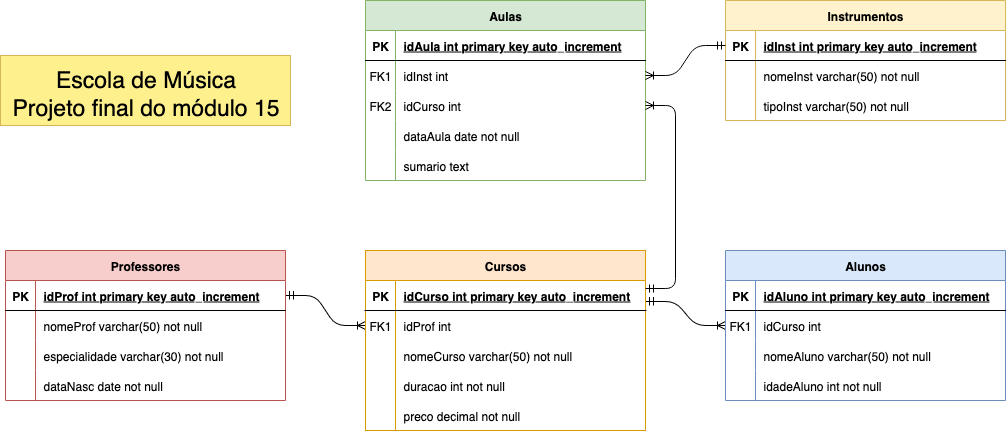
peachiu/musicschool keeps this draw.io diagram as Escola de Música - DER.drawio.png. Above is the earlier version. Source tidied: cells renumbered, new cells last; positions are measured from the earlier drawing's top-left corner, leaving out a move shared by most shapes. Source of this version:
```xml
<mxGraphModel>
  <root>
    <mxCell id="0" />
    <mxCell id="1" parent="0" />
    <mxCell id="2" style="edgeStyle=entityRelationEdgeStyle;endArrow=ERoneToMany;startArrow=ERmandOne;endFill=0;startFill=0;" parent="1" edge="1" source="34" target="8">
      <mxGeometry relative="1" as="geometry" />
    </mxCell>
    <mxCell id="3" style="edgeStyle=entityRelationEdgeStyle;endArrow=ERoneToMany;startArrow=ERmandOne;endFill=0;startFill=0;" parent="1" edge="1" target="24">
      <mxGeometry relative="1" as="geometry">
        <mxPoint x="645" y="301" as="sourcePoint" />
      </mxGeometry>
    </mxCell>
    <mxCell id="4" value="Cursos" style="shape=table;startSize=30;rowLines=0;fontStyle=1;align=center;fillColor=#ffe6cc;strokeColor=#d79b00;" parent="1" vertex="1">
      <mxGeometry x="365" y="250" width="280" height="180" as="geometry" />
    </mxCell>
    <mxCell id="5" style="shape=partialRectangle;fillColor=none;top=0;left=0;right=0;bottom=1;" parent="4" vertex="1">
      <mxGeometry y="30" width="280" height="30" as="geometry" />
    </mxCell>
    <mxCell id="6" value="PK" style="shape=partialRectangle;overflow=hidden;fillColor=none;top=0;left=0;bottom=0;right=0;fontStyle=1;" parent="5" vertex="1">
      <mxGeometry width="30" height="30" as="geometry" />
    </mxCell>
    <mxCell id="7" value="idCurso int primary key auto_increment" style="shape=partialRectangle;overflow=hidden;fillColor=none;top=0;left=0;bottom=0;right=0;align=left;spacingLeft=6;fontStyle=5;" parent="5" vertex="1">
      <mxGeometry x="30" width="250" height="30" as="geometry" />
    </mxCell>
    <mxCell id="8" style="shape=partialRectangle;fillColor=none;points=[[0,0.5],[1,0.5]];portConstraint=eastwest;top=0;left=0;right=0;bottom=0;" parent="4" vertex="1">
      <mxGeometry y="60" width="280" height="30" as="geometry" />
    </mxCell>
    <mxCell id="9" value="FK1" style="shape=partialRectangle;overflow=hidden;fillColor=none;top=0;left=0;bottom=0;right=0;" parent="8" vertex="1">
      <mxGeometry width="30" height="30" as="geometry" />
    </mxCell>
    <mxCell id="10" value="idProf int" style="shape=partialRectangle;overflow=hidden;fillColor=none;top=0;left=0;bottom=0;right=0;align=left;spacingLeft=6;" parent="8" vertex="1">
      <mxGeometry x="30" width="250" height="30" as="geometry" />
    </mxCell>
    <mxCell id="11" style="shape=partialRectangle;fillColor=none;top=0;left=0;right=0;bottom=0;" parent="4" vertex="1">
      <mxGeometry y="90" width="280" height="30" as="geometry" />
    </mxCell>
    <mxCell id="12" style="shape=partialRectangle;overflow=hidden;fillColor=none;top=0;left=0;bottom=0;right=0;" parent="11" vertex="1">
      <mxGeometry width="30" height="30" as="geometry" />
    </mxCell>
    <mxCell id="13" value="nomeCurso varchar(50) not null" style="shape=partialRectangle;overflow=hidden;fillColor=none;top=0;left=0;bottom=0;right=0;align=left;spacingLeft=6;" parent="11" vertex="1">
      <mxGeometry x="30" width="250" height="30" as="geometry" />
    </mxCell>
    <mxCell id="14" style="shape=partialRectangle;fillColor=none;top=0;left=0;right=0;bottom=0;" parent="4" vertex="1">
      <mxGeometry y="120" width="280" height="30" as="geometry" />
    </mxCell>
    <mxCell id="15" style="shape=partialRectangle;overflow=hidden;fillColor=none;top=0;left=0;bottom=0;right=0;" parent="14" vertex="1">
      <mxGeometry width="30" height="30" as="geometry" />
    </mxCell>
    <mxCell id="16" value="duracao int not null" style="shape=partialRectangle;overflow=hidden;fillColor=none;top=0;left=0;bottom=0;right=0;align=left;spacingLeft=6;" parent="14" vertex="1">
      <mxGeometry x="30" width="250" height="30" as="geometry" />
    </mxCell>
    <mxCell id="17" style="shape=partialRectangle;fillColor=none;top=0;left=0;right=0;bottom=0;" parent="4" vertex="1">
      <mxGeometry y="150" width="280" height="30" as="geometry" />
    </mxCell>
    <mxCell id="18" style="shape=partialRectangle;overflow=hidden;fillColor=none;top=0;left=0;bottom=0;right=0;" parent="17" vertex="1">
      <mxGeometry width="30" height="30" as="geometry" />
    </mxCell>
    <mxCell id="19" value="preco decimal not null" style="shape=partialRectangle;overflow=hidden;fillColor=none;top=0;left=0;bottom=0;right=0;align=left;spacingLeft=6;" parent="17" vertex="1">
      <mxGeometry x="30" width="250" height="30" as="geometry" />
    </mxCell>
    <mxCell id="20" value="Alunos" style="shape=table;startSize=30;rowLines=0;fontStyle=1;align=center;fillColor=#dae8fc;strokeColor=#6c8ebf;" parent="1" vertex="1">
      <mxGeometry x="725" y="250" width="280" height="150" as="geometry" />
    </mxCell>
    <mxCell id="21" style="shape=partialRectangle;fillColor=none;top=0;left=0;right=0;bottom=1;" parent="20" vertex="1">
      <mxGeometry y="30" width="280" height="30" as="geometry" />
    </mxCell>
    <mxCell id="22" value="PK" style="shape=partialRectangle;overflow=hidden;fillColor=none;top=0;left=0;bottom=0;right=0;fontStyle=1;" parent="21" vertex="1">
      <mxGeometry width="30" height="30" as="geometry" />
    </mxCell>
    <mxCell id="23" value="idAluno int primary key auto_increment" style="shape=partialRectangle;overflow=hidden;fillColor=none;top=0;left=0;bottom=0;right=0;align=left;spacingLeft=6;fontStyle=5;" parent="21" vertex="1">
      <mxGeometry x="30" width="250" height="30" as="geometry" />
    </mxCell>
    <mxCell id="24" style="shape=partialRectangle;fillColor=none;points=[[0,0.5],[1,0.5]];portConstraint=eastwest;top=0;left=0;right=0;bottom=0;" parent="20" vertex="1">
      <mxGeometry y="60" width="280" height="30" as="geometry" />
    </mxCell>
    <mxCell id="25" value="FK1" style="shape=partialRectangle;overflow=hidden;fillColor=none;top=0;left=0;bottom=0;right=0;" parent="24" vertex="1">
      <mxGeometry width="30" height="30" as="geometry" />
    </mxCell>
    <mxCell id="26" value="idCurso int" style="shape=partialRectangle;overflow=hidden;fillColor=none;top=0;left=0;bottom=0;right=0;align=left;spacingLeft=6;" parent="24" vertex="1">
      <mxGeometry x="30" width="250" height="30" as="geometry" />
    </mxCell>
    <mxCell id="27" style="shape=partialRectangle;fillColor=none;top=0;left=0;right=0;bottom=0;" parent="20" vertex="1">
      <mxGeometry y="90" width="280" height="30" as="geometry" />
    </mxCell>
    <mxCell id="28" style="shape=partialRectangle;overflow=hidden;fillColor=none;top=0;left=0;bottom=0;right=0;" parent="27" vertex="1">
      <mxGeometry width="30" height="30" as="geometry" />
    </mxCell>
    <mxCell id="29" value="nomeAluno varchar(50) not null" style="shape=partialRectangle;overflow=hidden;fillColor=none;top=0;left=0;bottom=0;right=0;align=left;spacingLeft=6;" parent="27" vertex="1">
      <mxGeometry x="30" width="250" height="30" as="geometry" />
    </mxCell>
    <mxCell id="30" style="shape=partialRectangle;fillColor=none;top=0;left=0;right=0;bottom=0;" parent="20" vertex="1">
      <mxGeometry y="120" width="280" height="30" as="geometry" />
    </mxCell>
    <mxCell id="31" style="shape=partialRectangle;overflow=hidden;fillColor=none;top=0;left=0;bottom=0;right=0;" parent="30" vertex="1">
      <mxGeometry width="30" height="30" as="geometry" />
    </mxCell>
    <mxCell id="32" value="idadeAluno int not null" style="shape=partialRectangle;overflow=hidden;fillColor=none;top=0;left=0;bottom=0;right=0;align=left;spacingLeft=6;" parent="30" vertex="1">
      <mxGeometry x="30" width="250" height="30" as="geometry" />
    </mxCell>
    <mxCell id="33" value="Professores" style="shape=table;startSize=30;rowLines=0;fontStyle=1;align=center;fillColor=#f8cecc;strokeColor=#b85450;" parent="1" vertex="1">
      <mxGeometry x="5" y="250" width="280" height="150" as="geometry" />
    </mxCell>
    <mxCell id="34" style="shape=partialRectangle;fillColor=none;points=[[0,0.5],[1,0.5]];portConstraint=eastwest;top=0;left=0;right=0;bottom=1;" parent="33" vertex="1">
      <mxGeometry y="30" width="280" height="30" as="geometry" />
    </mxCell>
    <mxCell id="35" value="PK" style="shape=partialRectangle;overflow=hidden;fillColor=none;top=0;left=0;bottom=0;right=0;fontStyle=1;" parent="34" vertex="1">
      <mxGeometry width="30" height="30" as="geometry" />
    </mxCell>
    <mxCell id="36" value="idProf int primary key auto_increment" style="shape=partialRectangle;overflow=hidden;fillColor=none;top=0;left=0;bottom=0;right=0;align=left;spacingLeft=6;fontStyle=5;" parent="34" vertex="1">
      <mxGeometry x="30" width="250" height="30" as="geometry" />
    </mxCell>
    <mxCell id="37" style="shape=partialRectangle;fillColor=none;top=0;left=0;right=0;bottom=0;" parent="33" vertex="1">
      <mxGeometry y="60" width="280" height="30" as="geometry" />
    </mxCell>
    <mxCell id="38" style="shape=partialRectangle;overflow=hidden;fillColor=none;top=0;left=0;bottom=0;right=0;" parent="37" vertex="1">
      <mxGeometry width="30" height="30" as="geometry" />
    </mxCell>
    <mxCell id="39" value="nomeProf varchar(50) not null" style="shape=partialRectangle;overflow=hidden;fillColor=none;top=0;left=0;bottom=0;right=0;align=left;spacingLeft=6;" parent="37" vertex="1">
      <mxGeometry x="30" width="250" height="30" as="geometry" />
    </mxCell>
    <mxCell id="40" style="shape=partialRectangle;fillColor=none;top=0;left=0;right=0;bottom=0;" parent="33" vertex="1">
      <mxGeometry y="90" width="280" height="30" as="geometry" />
    </mxCell>
    <mxCell id="41" style="shape=partialRectangle;overflow=hidden;fillColor=none;top=0;left=0;bottom=0;right=0;" parent="40" vertex="1">
      <mxGeometry width="30" height="30" as="geometry" />
    </mxCell>
    <mxCell id="42" value="especialidade varchar(30) not null" style="shape=partialRectangle;overflow=hidden;fillColor=none;top=0;left=0;bottom=0;right=0;align=left;spacingLeft=6;" parent="40" vertex="1">
      <mxGeometry x="30" width="250" height="30" as="geometry" />
    </mxCell>
    <mxCell id="43" style="shape=partialRectangle;fillColor=none;top=0;left=0;right=0;bottom=0;" parent="33" vertex="1">
      <mxGeometry y="120" width="280" height="30" as="geometry" />
    </mxCell>
    <mxCell id="44" style="shape=partialRectangle;overflow=hidden;fillColor=none;top=0;left=0;bottom=0;right=0;" parent="43" vertex="1">
      <mxGeometry width="30" height="30" as="geometry" />
    </mxCell>
    <mxCell id="45" value="dataNasc date not null" style="shape=partialRectangle;overflow=hidden;fillColor=none;top=0;left=0;bottom=0;right=0;align=left;spacingLeft=6;" parent="43" vertex="1">
      <mxGeometry x="30" width="250" height="30" as="geometry" />
    </mxCell>
    <mxCell id="46" value="Instrumentos" style="shape=table;startSize=30;rowLines=0;fontStyle=1;align=center;fillColor=#fff2cc;strokeColor=#d6b656;" parent="1" vertex="1">
      <mxGeometry x="725" width="280" height="120" as="geometry" />
    </mxCell>
    <mxCell id="47" style="shape=partialRectangle;fillColor=none;points=[[0,0.5],[1,0.5]];portConstraint=eastwest;top=0;left=0;right=0;bottom=1;" parent="46" vertex="1">
      <mxGeometry y="30" width="280" height="30" as="geometry" />
    </mxCell>
    <mxCell id="48" value="PK" style="shape=partialRectangle;overflow=hidden;fillColor=none;top=0;left=0;bottom=0;right=0;fontStyle=1;" parent="47" vertex="1">
      <mxGeometry width="30" height="30" as="geometry" />
    </mxCell>
    <mxCell id="49" value="idInst int primary key auto_increment" style="shape=partialRectangle;overflow=hidden;fillColor=none;top=0;left=0;bottom=0;right=0;align=left;spacingLeft=6;fontStyle=5;" parent="47" vertex="1">
      <mxGeometry x="30" width="250" height="30" as="geometry" />
    </mxCell>
    <mxCell id="50" style="shape=partialRectangle;fillColor=none;top=0;left=0;right=0;bottom=0;" parent="46" vertex="1">
      <mxGeometry y="60" width="280" height="30" as="geometry" />
    </mxCell>
    <mxCell id="51" style="shape=partialRectangle;overflow=hidden;fillColor=none;top=0;left=0;bottom=0;right=0;" parent="50" vertex="1">
      <mxGeometry width="30" height="30" as="geometry" />
    </mxCell>
    <mxCell id="52" value="nomeInst varchar(50) not null" style="shape=partialRectangle;overflow=hidden;fillColor=none;top=0;left=0;bottom=0;right=0;align=left;spacingLeft=6;" parent="50" vertex="1">
      <mxGeometry x="30" width="250" height="30" as="geometry" />
    </mxCell>
    <mxCell id="53" style="shape=partialRectangle;fillColor=none;top=0;left=0;right=0;bottom=0;" parent="46" vertex="1">
      <mxGeometry y="90" width="280" height="30" as="geometry" />
    </mxCell>
    <mxCell id="54" style="shape=partialRectangle;overflow=hidden;fillColor=none;top=0;left=0;bottom=0;right=0;" parent="53" vertex="1">
      <mxGeometry width="30" height="30" as="geometry" />
    </mxCell>
    <mxCell id="55" value="tipoInst varchar(50) not null" style="shape=partialRectangle;overflow=hidden;fillColor=none;top=0;left=0;bottom=0;right=0;align=left;spacingLeft=6;" parent="53" vertex="1">
      <mxGeometry x="30" width="250" height="30" as="geometry" />
    </mxCell>
    <mxCell id="56" value="Aulas" style="shape=table;startSize=30;rowLines=0;fontStyle=1;align=center;fillColor=#d5e8d4;strokeColor=#82b366;" parent="1" vertex="1">
      <mxGeometry x="365" width="280" height="180" as="geometry" />
    </mxCell>
    <mxCell id="57" style="shape=partialRectangle;fillColor=none;top=0;left=0;right=0;bottom=1;" parent="56" vertex="1">
      <mxGeometry y="30" width="280" height="30" as="geometry" />
    </mxCell>
    <mxCell id="58" value="PK" style="shape=partialRectangle;overflow=hidden;fillColor=none;top=0;left=0;bottom=0;right=0;fontStyle=1;" parent="57" vertex="1">
      <mxGeometry width="30" height="30" as="geometry" />
    </mxCell>
    <mxCell id="59" value="idAula int primary key auto_increment" style="shape=partialRectangle;overflow=hidden;fillColor=none;top=0;left=0;bottom=0;right=0;align=left;spacingLeft=6;fontStyle=5;" parent="57" vertex="1">
      <mxGeometry x="30" width="250" height="30" as="geometry" />
    </mxCell>
    <mxCell id="60" style="shape=partialRectangle;fillColor=none;points=[[0,0.5],[1,0.5]];portConstraint=eastwest;top=0;left=0;right=0;bottom=0;" parent="56" vertex="1">
      <mxGeometry y="60" width="280" height="30" as="geometry" />
    </mxCell>
    <mxCell id="61" value="FK1" style="shape=partialRectangle;overflow=hidden;fillColor=none;top=0;left=0;bottom=0;right=0;" parent="60" vertex="1">
      <mxGeometry width="30" height="30" as="geometry" />
    </mxCell>
    <mxCell id="62" value="idInst int" style="shape=partialRectangle;overflow=hidden;fillColor=none;top=0;left=0;bottom=0;right=0;align=left;spacingLeft=6;" parent="60" vertex="1">
      <mxGeometry x="30" width="250" height="30" as="geometry" />
    </mxCell>
    <mxCell id="63" style="shape=partialRectangle;fillColor=none;points=[[0,0.5],[1,0.5]];portConstraint=eastwest;top=0;left=0;right=0;bottom=0;" parent="56" vertex="1">
      <mxGeometry y="90" width="280" height="30" as="geometry" />
    </mxCell>
    <mxCell id="64" value="FK2" style="shape=partialRectangle;overflow=hidden;fillColor=none;top=0;left=0;bottom=0;right=0;" parent="63" vertex="1">
      <mxGeometry width="30" height="30" as="geometry" />
    </mxCell>
    <mxCell id="65" value="idCurso int" style="shape=partialRectangle;overflow=hidden;fillColor=none;top=0;left=0;bottom=0;right=0;align=left;spacingLeft=6;" parent="63" vertex="1">
      <mxGeometry x="30" width="250" height="30" as="geometry" />
    </mxCell>
    <mxCell id="66" style="shape=partialRectangle;fillColor=none;top=0;left=0;right=0;bottom=0;" parent="56" vertex="1">
      <mxGeometry y="120" width="280" height="30" as="geometry" />
    </mxCell>
    <mxCell id="67" style="shape=partialRectangle;overflow=hidden;fillColor=none;top=0;left=0;bottom=0;right=0;" parent="66" vertex="1">
      <mxGeometry width="30" height="30" as="geometry" />
    </mxCell>
    <mxCell id="68" value="dataAula date not null" style="shape=partialRectangle;overflow=hidden;fillColor=none;top=0;left=0;bottom=0;right=0;align=left;spacingLeft=6;" parent="66" vertex="1">
      <mxGeometry x="30" width="250" height="30" as="geometry" />
    </mxCell>
    <mxCell id="69" style="shape=partialRectangle;fillColor=none;top=0;left=0;right=0;bottom=0;" parent="56" vertex="1">
      <mxGeometry y="150" width="280" height="30" as="geometry" />
    </mxCell>
    <mxCell id="70" style="shape=partialRectangle;overflow=hidden;fillColor=none;top=0;left=0;bottom=0;right=0;" parent="69" vertex="1">
      <mxGeometry width="30" height="30" as="geometry" />
    </mxCell>
    <mxCell id="71" value="sumario text" style="shape=partialRectangle;overflow=hidden;fillColor=none;top=0;left=0;bottom=0;right=0;align=left;spacingLeft=6;" parent="69" vertex="1">
      <mxGeometry x="30" width="250" height="30" as="geometry" />
    </mxCell>
    <mxCell id="72" style="edgeStyle=entityRelationEdgeStyle;endArrow=ERoneToMany;startArrow=ERmandOne;endFill=0;startFill=0;entryX=1;entryY=0.5;entryDx=0;entryDy=0;" parent="1" edge="1" target="63">
      <mxGeometry relative="1" as="geometry">
        <mxPoint x="645" y="288" as="sourcePoint" />
        <Array as="points">
          <mxPoint x="325" y="180" />
        </Array>
      </mxGeometry>
    </mxCell>
    <mxCell id="73" style="edgeStyle=entityRelationEdgeStyle;endArrow=ERoneToMany;startArrow=ERmandOne;endFill=0;startFill=0;exitX=0;exitY=0.5;exitDx=0;exitDy=0;" parent="1" edge="1" source="47" target="60">
      <mxGeometry relative="1" as="geometry" />
    </mxCell>
    <mxCell id="74" value="&lt;div&gt;Escola de Música&lt;/div&gt;&lt;div&gt;Projeto final do módulo 15&lt;/div&gt;" style="text;html=1;align=center;verticalAlign=bottom;strokeColor=#d6b656;fillColor=light-dark(#fff08e, #281d00);fontSize=23;labelPosition=center;verticalLabelPosition=middle;textShadow=0;fillStyle=solid;" parent="1" vertex="1">
      <mxGeometry y="55" width="290" height="70" as="geometry" />
    </mxCell>
  </root>
</mxGraphModel>
```
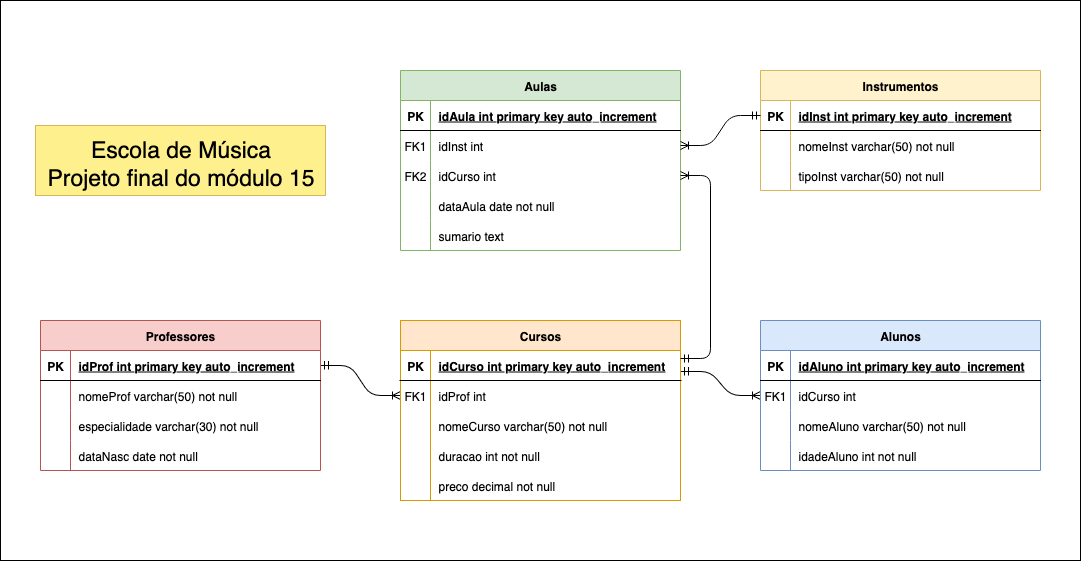
After the change.

Change to the diagram source:
```diff
@@ -2,6 +2,9 @@
   <root>
     <mxCell id="0" />
     <mxCell id="1" parent="0" />
+    <mxCell id="75" style="rounded=0;whiteSpace=wrap;html=1;" parent="1" vertex="1">
+      <mxGeometry x="-35" y="-70" width="1080" height="560" as="geometry" />
+    </mxCell>
     <mxCell id="2" style="edgeStyle=entityRelationEdgeStyle;endArrow=ERoneToMany;startArrow=ERmandOne;endFill=0;startFill=0;" parent="1" edge="1" source="34" target="8">
       <mxGeometry relative="1" as="geometry" />
     </mxCell>
```
